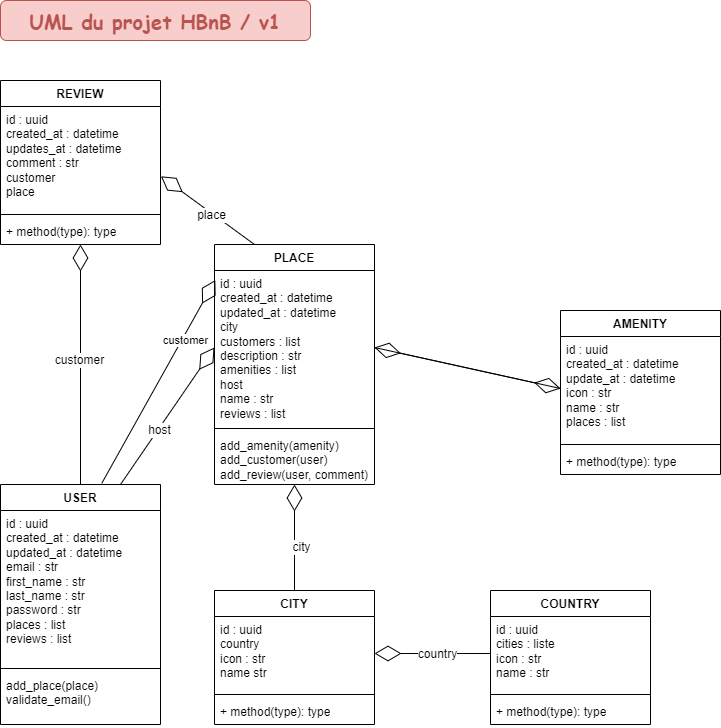
The draw.io diagram HBnB_uml.png in ChSPN/holbertonschool-hbnb, before a commit. Source tidied: cells renumbered, new cells last; positions are measured from the earlier drawing's top-left corner, leaving out a move shared by most shapes.
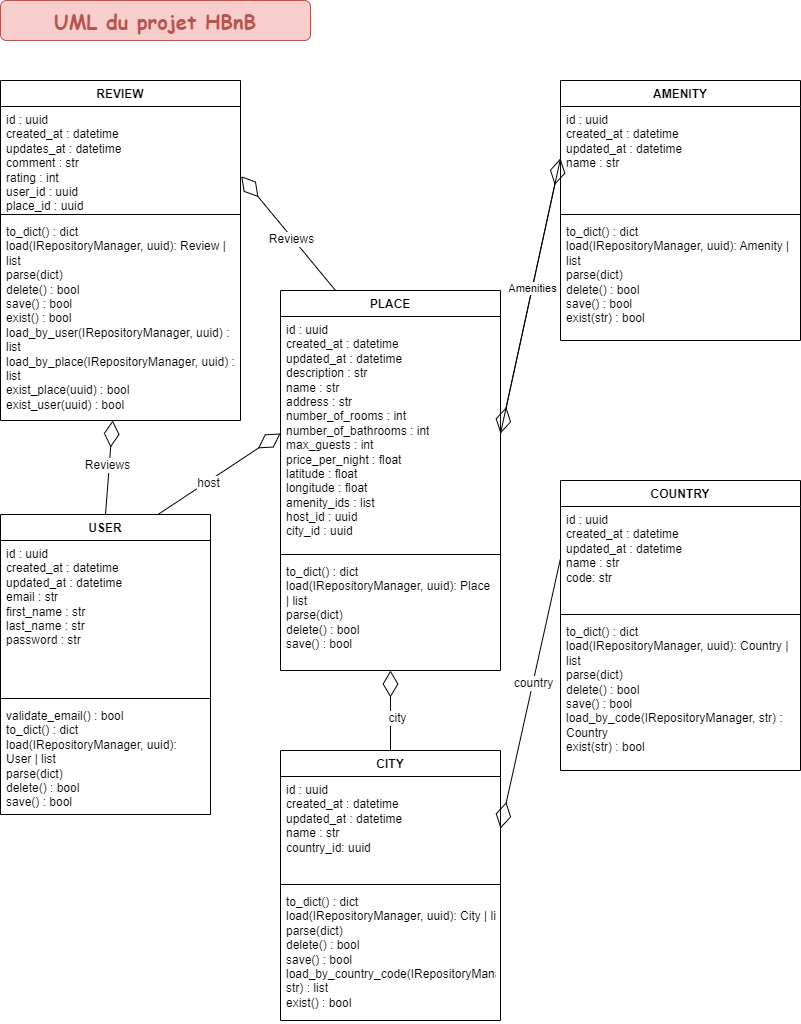
After the commit.

Commit message:
Refactoring the UML

Change to the diagram source:
```diff
@@ -3,87 +3,87 @@
     <mxCell id="0" />
     <mxCell id="1" parent="0" />
     <mxCell id="2" value="REVIEW" style="swimlane;fontStyle=1;align=center;verticalAlign=top;horizontal=1;startSize=26;whiteSpace=wrap;html=1;rounded=0;" parent="1" vertex="1">
-      <mxGeometry y="80" width="160" height="164" as="geometry" />
+      <mxGeometry x="-30" y="50" width="240" height="340" as="geometry" />
     </mxCell>
-    <mxCell id="3" value="&lt;div&gt;id : uuid&lt;/div&gt;&lt;div&gt;created_at : datetime&lt;/div&gt;&lt;div&gt;updates_at : datetime&lt;/div&gt;&lt;div&gt;comment : str&lt;br&gt;&lt;/div&gt;&lt;div&gt;customer&lt;/div&gt;&lt;div&gt;place&lt;/div&gt;" style="text;strokeColor=none;fillColor=none;align=left;verticalAlign=top;spacingLeft=4;spacingRight=4;overflow=hidden;points=[[0,0.5],[1,0.5]];portConstraint=eastwest;whiteSpace=wrap;html=1;" parent="2" vertex="1">
-      <mxGeometry y="26" width="160" height="104" as="geometry" />
+    <mxCell id="3" value="&lt;div&gt;id : uuid&lt;/div&gt;&lt;div&gt;created_at : datetime&lt;/div&gt;&lt;div&gt;updates_at : datetime&lt;/div&gt;&lt;div&gt;comment : str&lt;br&gt;&lt;/div&gt;&lt;div&gt;rating : int&lt;/div&gt;&lt;div&gt;user_id : uuid&lt;/div&gt;&lt;div&gt;place_id : uuid&lt;/div&gt;" style="text;strokeColor=none;fillColor=none;align=left;verticalAlign=top;spacingLeft=4;spacingRight=4;overflow=hidden;points=[[0,0.5],[1,0.5]];portConstraint=eastwest;whiteSpace=wrap;html=1;" parent="2" vertex="1">
+      <mxGeometry y="26" width="240" height="104" as="geometry" />
     </mxCell>
     <mxCell id="4" style="line;strokeWidth=1;fillColor=none;align=left;verticalAlign=middle;spacingTop=-1;spacingLeft=3;spacingRight=3;labelPosition=right;strokeColor=inherit;" parent="2" vertex="1">
-      <mxGeometry y="130" width="160" height="8" as="geometry" />
+      <mxGeometry y="130" width="240" height="8" as="geometry" />
     </mxCell>
-    <mxCell id="5" value="+ method(type): type" style="text;strokeColor=none;fillColor=none;align=left;verticalAlign=top;spacingLeft=4;spacingRight=4;overflow=hidden;points=[[0,0.5],[1,0.5]];portConstraint=eastwest;whiteSpace=wrap;html=1;" parent="2" vertex="1">
-      <mxGeometry y="138" width="160" height="26" as="geometry" />
+    <mxCell id="5" value="&lt;div&gt;to_dict() : dict&lt;br&gt;&lt;/div&gt;load(IRepositoryManager, uuid): Review | list&lt;div&gt;parse(dict)&lt;br&gt;&lt;/div&gt;&lt;div&gt;delete() : bool&lt;/div&gt;&lt;div&gt;save() : bool&lt;/div&gt;&lt;div&gt;&lt;div&gt;exist() : bool&lt;/div&gt;&lt;div&gt;&lt;div&gt;load_by_user(IRepositoryManager, uuid) : list&lt;/div&gt;&lt;div&gt;load_by_place(IRepositoryManager, uuid) : list&lt;/div&gt;&lt;div&gt;exist_place(uuid) : bool&lt;/div&gt;&lt;div&gt;exist_user(uuid) : bool&lt;/div&gt;&lt;/div&gt;&lt;/div&gt;" style="text;strokeColor=none;fillColor=none;align=left;verticalAlign=top;spacingLeft=4;spacingRight=4;overflow=hidden;points=[[0,0.5],[1,0.5]];portConstraint=eastwest;whiteSpace=wrap;html=1;" parent="2" vertex="1">
+      <mxGeometry y="138" width="240" height="202" as="geometry" />
     </mxCell>
     <mxCell id="6" value="PLACE" style="swimlane;fontStyle=1;align=center;verticalAlign=top;horizontal=1;startSize=26;whiteSpace=wrap;html=1;" parent="1" vertex="1">
-      <mxGeometry x="214" y="244" width="160" height="240" as="geometry" />
+      <mxGeometry x="250" y="260" width="220" height="380" as="geometry" />
     </mxCell>
-    <mxCell id="7" value="id : uuid&lt;div&gt;created_at : datetime&lt;/div&gt;&lt;div&gt;updated_at : datetime&lt;/div&gt;&lt;div&gt;city&lt;/div&gt;&lt;div&gt;customers : list&lt;/div&gt;&lt;div&gt;description : str&lt;/div&gt;&lt;div&gt;amenities : list&lt;/div&gt;&lt;div&gt;host&lt;/div&gt;&lt;div&gt;name : str&lt;/div&gt;&lt;div&gt;reviews : list&lt;/div&gt;&lt;div&gt;&lt;br&gt;&lt;/div&gt;" style="text;strokeColor=none;fillColor=none;align=left;verticalAlign=top;spacingLeft=4;spacingRight=4;overflow=hidden;points=[[0,0.5],[1,0.5]];portConstraint=eastwest;whiteSpace=wrap;html=1;" parent="6" vertex="1">
-      <mxGeometry y="26" width="160" height="154" as="geometry" />
+    <mxCell id="7" value="&lt;div&gt;&lt;div&gt;id : uuid&lt;/div&gt;&lt;div&gt;created_at : datetime&lt;/div&gt;&lt;div&gt;updated_at : datetime&lt;/div&gt;&lt;div&gt;description : str&lt;/div&gt;&lt;div&gt;name : str&lt;/div&gt;&lt;div&gt;address : str&lt;/div&gt;&lt;div&gt;number_of_rooms : int&lt;/div&gt;&lt;div&gt;number_of_bathrooms : int&lt;/div&gt;&lt;div&gt;max_guests : int&lt;/div&gt;&lt;div&gt;price_per_night : float&lt;/div&gt;&lt;div&gt;latitude : float&lt;/div&gt;&lt;div&gt;longitude : float&lt;/div&gt;&lt;div&gt;amenity_ids : list&lt;/div&gt;&lt;div&gt;host_id : uuid&lt;/div&gt;&lt;div&gt;city_id : uuid&lt;/div&gt;&lt;/div&gt;" style="text;strokeColor=none;fillColor=none;align=left;verticalAlign=top;spacingLeft=4;spacingRight=4;overflow=hidden;points=[[0,0.5],[1,0.5]];portConstraint=eastwest;whiteSpace=wrap;html=1;" parent="6" vertex="1">
+      <mxGeometry y="26" width="220" height="234" as="geometry" />
     </mxCell>
     <mxCell id="8" style="line;strokeWidth=1;fillColor=none;align=left;verticalAlign=middle;spacingTop=-1;spacingLeft=3;spacingRight=3;labelPosition=right;strokeColor=inherit;" parent="6" vertex="1">
-      <mxGeometry y="180" width="160" height="8" as="geometry" />
+      <mxGeometry y="260" width="220" height="8" as="geometry" />
     </mxCell>
-    <mxCell id="9" value="add_amenity(amenity)&lt;div&gt;add_customer(user)&lt;/div&gt;&lt;div&gt;add_review(user, comment)&lt;/div&gt;" style="text;strokeColor=none;fillColor=none;align=left;verticalAlign=top;spacingLeft=4;spacingRight=4;overflow=hidden;points=[[0,0.5],[1,0.5]];portConstraint=eastwest;whiteSpace=wrap;html=1;" parent="6" vertex="1">
-      <mxGeometry y="188" width="160" height="52" as="geometry" />
+    <mxCell id="9" value="&lt;div&gt;to_dict() : dict&lt;br&gt;&lt;/div&gt;load(IRepositoryManager, uuid): Place | list&lt;div&gt;parse(dict)&lt;br&gt;&lt;/div&gt;&lt;div&gt;delete() : bool&lt;/div&gt;&lt;div&gt;save() : bool&lt;/div&gt;" style="text;strokeColor=none;fillColor=none;align=left;verticalAlign=top;spacingLeft=4;spacingRight=4;overflow=hidden;points=[[0,0.5],[1,0.5]];portConstraint=eastwest;whiteSpace=wrap;html=1;" parent="6" vertex="1">
+      <mxGeometry y="268" width="220" height="112" as="geometry" />
     </mxCell>
     <mxCell id="10" value="USER" style="swimlane;fontStyle=1;align=center;verticalAlign=top;horizontal=1;startSize=26;whiteSpace=wrap;html=1;" parent="1" vertex="1">
-      <mxGeometry y="484" width="160" height="240" as="geometry" />
+      <mxGeometry x="-30" y="484" width="210" height="300" as="geometry" />
     </mxCell>
-    <mxCell id="11" value="id : uuid&lt;div&gt;created_at : datetime&lt;/div&gt;&lt;div&gt;updated_at : datetime&lt;/div&gt;&lt;div&gt;email : str&lt;/div&gt;&lt;div&gt;first_name : str&lt;/div&gt;&lt;div&gt;last_name : str&lt;/div&gt;&lt;div&gt;password : str&lt;/div&gt;&lt;div&gt;places : list&lt;/div&gt;&lt;div&gt;reviews : list&lt;/div&gt;" style="text;strokeColor=none;fillColor=none;align=left;verticalAlign=top;spacingLeft=4;spacingRight=4;overflow=hidden;whiteSpace=wrap;html=1;" parent="10" vertex="1">
-      <mxGeometry y="26" width="160" height="154" as="geometry" />
+    <mxCell id="11" value="id : uuid&lt;div&gt;created_at : datetime&lt;/div&gt;&lt;div&gt;updated_at : datetime&lt;/div&gt;&lt;div&gt;email : str&lt;/div&gt;&lt;div&gt;first_name : str&lt;/div&gt;&lt;div&gt;last_name : str&lt;/div&gt;&lt;div&gt;password : str&lt;/div&gt;" style="text;strokeColor=none;fillColor=none;align=left;verticalAlign=top;spacingLeft=4;spacingRight=4;overflow=hidden;whiteSpace=wrap;html=1;" parent="10" vertex="1">
+      <mxGeometry y="26" width="210" height="154" as="geometry" />
     </mxCell>
     <mxCell id="12" style="line;strokeWidth=1;fillColor=none;align=left;verticalAlign=middle;spacingTop=-1;spacingLeft=3;spacingRight=3;labelPosition=right;strokeColor=inherit;" parent="10" vertex="1">
-      <mxGeometry y="180" width="160" height="8" as="geometry" />
+      <mxGeometry y="180" width="210" height="8" as="geometry" />
     </mxCell>
-    <mxCell id="13" value="add_place(place)&lt;div&gt;validate_email()&lt;/div&gt;" style="text;strokeColor=none;fillColor=none;align=left;verticalAlign=top;spacingLeft=4;spacingRight=4;overflow=hidden;whiteSpace=wrap;html=1;" parent="10" vertex="1">
-      <mxGeometry y="188" width="160" height="52" as="geometry" />
+    <mxCell id="13" value="&lt;div&gt;validate_email() : bool&lt;/div&gt;&lt;div&gt;&lt;div&gt;to_dict() : dict&lt;br&gt;&lt;/div&gt;load(IRepositoryManager, uuid): User&amp;nbsp;| list&lt;div&gt;parse(dict)&lt;br&gt;&lt;/div&gt;&lt;div&gt;delete() : bool&lt;/div&gt;&lt;div&gt;save() : bool&lt;/div&gt;&lt;/div&gt;" style="text;strokeColor=none;fillColor=none;align=left;verticalAlign=top;spacingLeft=4;spacingRight=4;overflow=hidden;whiteSpace=wrap;html=1;" parent="10" vertex="1">
+      <mxGeometry y="188" width="210" height="112" as="geometry" />
     </mxCell>
     <mxCell id="14" value="CITY" style="swimlane;fontStyle=1;align=center;verticalAlign=top;horizontal=1;startSize=26;whiteSpace=wrap;html=1;" parent="1" vertex="1">
-      <mxGeometry x="214" y="590" width="160" height="134" as="geometry" />
+      <mxGeometry x="250" y="720" width="220" height="270" as="geometry" />
     </mxCell>
-    <mxCell id="15" value="id : uuid&lt;div&gt;country&lt;/div&gt;&lt;div&gt;icon : str&lt;/div&gt;&lt;div&gt;name str&lt;/div&gt;" style="text;strokeColor=none;fillColor=none;align=left;verticalAlign=top;spacingLeft=4;spacingRight=4;overflow=hidden;points=[[0,0.5],[1,0.5]];portConstraint=eastwest;whiteSpace=wrap;html=1;" parent="14" vertex="1">
-      <mxGeometry y="26" width="160" height="74" as="geometry" />
+    <mxCell id="15" value="id : uuid&lt;div&gt;&lt;div&gt;created_at : datetime&lt;/div&gt;&lt;div&gt;updated_at : datetime&lt;/div&gt;&lt;div&gt;&lt;span style=&quot;background-color: initial;&quot;&gt;name : str&lt;/span&gt;&lt;br&gt;&lt;/div&gt;&lt;/div&gt;&lt;div&gt;&lt;span style=&quot;background-color: initial;&quot;&gt;country_id: uuid&lt;/span&gt;&lt;/div&gt;" style="text;strokeColor=none;fillColor=none;align=left;verticalAlign=top;spacingLeft=4;spacingRight=4;overflow=hidden;points=[[0,0.5],[1,0.5]];portConstraint=eastwest;whiteSpace=wrap;html=1;" parent="14" vertex="1">
+      <mxGeometry y="26" width="220" height="104" as="geometry" />
     </mxCell>
     <mxCell id="16" style="line;strokeWidth=1;fillColor=none;align=left;verticalAlign=middle;spacingTop=-1;spacingLeft=3;spacingRight=3;labelPosition=right;strokeColor=inherit;" parent="14" vertex="1">
-      <mxGeometry y="100" width="160" height="8" as="geometry" />
+      <mxGeometry y="130" width="220" height="8" as="geometry" />
     </mxCell>
-    <mxCell id="17" value="+ method(type): type" style="text;strokeColor=none;fillColor=none;align=left;verticalAlign=top;spacingLeft=4;spacingRight=4;overflow=hidden;whiteSpace=wrap;html=1;" parent="14" vertex="1">
-      <mxGeometry y="108" width="160" height="26" as="geometry" />
+    <mxCell id="17" value="&lt;div&gt;to_dict() : dict&lt;br&gt;&lt;/div&gt;load(IRepositoryManager, uuid): City&amp;nbsp;| list&lt;div&gt;parse(dict)&lt;br&gt;&lt;/div&gt;&lt;div&gt;delete() : bool&lt;/div&gt;&lt;div&gt;save() : bool&lt;/div&gt;&lt;div&gt;&lt;div&gt;load_by_country_code(IRepositoryManager, str) : list&lt;/div&gt;&lt;div&gt;exist() : bool&lt;/div&gt;&lt;/div&gt;" style="text;strokeColor=none;fillColor=none;align=left;verticalAlign=top;spacingLeft=4;spacingRight=4;overflow=hidden;whiteSpace=wrap;html=1;" parent="14" vertex="1">
+      <mxGeometry y="138" width="220" height="132" as="geometry" />
     </mxCell>
     <mxCell id="18" value="COUNTRY" style="swimlane;fontStyle=1;align=center;verticalAlign=top;horizontal=1;startSize=26;whiteSpace=wrap;html=1;" parent="1" vertex="1">
-      <mxGeometry x="490" y="590" width="160" height="134" as="geometry" />
+      <mxGeometry x="530" y="450" width="240" height="290" as="geometry" />
     </mxCell>
-    <mxCell id="19" value="id : uuid&lt;div&gt;cities : liste&lt;/div&gt;&lt;div&gt;icon : str&lt;/div&gt;&lt;div&gt;name : str&lt;/div&gt;" style="text;strokeColor=none;fillColor=none;align=left;verticalAlign=top;spacingLeft=4;spacingRight=4;overflow=hidden;points=[[0,0.5],[1,0.5]];portConstraint=eastwest;whiteSpace=wrap;html=1;" parent="18" vertex="1">
-      <mxGeometry y="26" width="160" height="74" as="geometry" />
+    <mxCell id="19" value="id : uuid&lt;div&gt;&lt;div&gt;created_at : datetime&lt;/div&gt;&lt;div&gt;updated_at : datetime&lt;/div&gt;&lt;div&gt;&lt;span style=&quot;background-color: initial;&quot;&gt;name : str&lt;/span&gt;&lt;br&gt;&lt;/div&gt;&lt;/div&gt;&lt;div&gt;&lt;span style=&quot;background-color: initial;&quot;&gt;code: str&lt;/span&gt;&lt;/div&gt;" style="text;strokeColor=none;fillColor=none;align=left;verticalAlign=top;spacingLeft=4;spacingRight=4;overflow=hidden;points=[[0,0.5],[1,0.5]];portConstraint=eastwest;whiteSpace=wrap;html=1;" parent="18" vertex="1">
+      <mxGeometry y="26" width="240" height="104" as="geometry" />
     </mxCell>
     <mxCell id="20" style="line;strokeWidth=1;fillColor=none;align=left;verticalAlign=middle;spacingTop=-1;spacingLeft=3;spacingRight=3;labelPosition=right;strokeColor=inherit;" parent="18" vertex="1">
-      <mxGeometry y="100" width="160" height="8" as="geometry" />
+      <mxGeometry y="130" width="240" height="8" as="geometry" />
     </mxCell>
-    <mxCell id="21" value="+ method(type): type" style="text;strokeColor=none;fillColor=none;align=left;verticalAlign=top;spacingLeft=4;spacingRight=4;overflow=hidden;whiteSpace=wrap;html=1;" parent="18" vertex="1">
-      <mxGeometry y="108" width="160" height="26" as="geometry" />
+    <mxCell id="21" value="&lt;div&gt;to_dict() : dict&lt;br&gt;&lt;/div&gt;load(IRepositoryManager, uuid): Country&amp;nbsp;| list&lt;div&gt;parse(dict)&lt;br&gt;&lt;/div&gt;&lt;div&gt;delete() : bool&lt;/div&gt;&lt;div&gt;save() : bool&lt;/div&gt;&lt;div&gt;&lt;div&gt;load_by_code(IRepositoryManager, str) : Country&lt;/div&gt;&lt;div&gt;exist(str) : bool&lt;/div&gt;&lt;/div&gt;" style="text;strokeColor=none;fillColor=none;align=left;verticalAlign=top;spacingLeft=4;spacingRight=4;overflow=hidden;whiteSpace=wrap;html=1;" parent="18" vertex="1">
+      <mxGeometry y="138" width="240" height="152" as="geometry" />
     </mxCell>
     <mxCell id="22" value="AMENITY" style="swimlane;fontStyle=1;align=center;verticalAlign=top;horizontal=1;startSize=26;whiteSpace=wrap;html=1;" parent="1" vertex="1">
-      <mxGeometry x="560" y="310" width="160" height="164" as="geometry" />
+      <mxGeometry x="530" y="50" width="240" height="260" as="geometry" />
     </mxCell>
-    <mxCell id="23" value="id : uuid&lt;div&gt;created_at : datetime&lt;/div&gt;&lt;div&gt;update_at : datetime&lt;/div&gt;&lt;div&gt;icon : str&lt;/div&gt;&lt;div&gt;name : str&lt;/div&gt;&lt;div&gt;places : list&lt;/div&gt;" style="text;strokeColor=none;fillColor=none;align=left;verticalAlign=top;spacingLeft=4;spacingRight=4;overflow=hidden;points=[[0,0.5],[1,0.5]];portConstraint=eastwest;whiteSpace=wrap;html=1;" parent="22" vertex="1">
-      <mxGeometry y="26" width="160" height="104" as="geometry" />
+    <mxCell id="23" value="id : uuid&lt;div&gt;created_at : datetime&lt;/div&gt;&lt;div&gt;updated_at : datetime&lt;/div&gt;&lt;div&gt;name : str&lt;/div&gt;" style="text;strokeColor=none;fillColor=none;align=left;verticalAlign=top;spacingLeft=4;spacingRight=4;overflow=hidden;points=[[0,0.5],[1,0.5]];portConstraint=eastwest;whiteSpace=wrap;html=1;" parent="22" vertex="1">
+      <mxGeometry y="26" width="240" height="104" as="geometry" />
     </mxCell>
     <mxCell id="24" style="line;strokeWidth=1;fillColor=none;align=left;verticalAlign=middle;spacingTop=-1;spacingLeft=3;spacingRight=3;labelPosition=right;strokeColor=inherit;" parent="22" vertex="1">
-      <mxGeometry y="130" width="160" height="8" as="geometry" />
+      <mxGeometry y="130" width="240" height="8" as="geometry" />
     </mxCell>
-    <mxCell id="25" value="+ method(type): type" style="text;strokeColor=none;fillColor=none;align=left;verticalAlign=top;spacingLeft=4;spacingRight=4;overflow=hidden;whiteSpace=wrap;html=1;" parent="22" vertex="1">
-      <mxGeometry y="138" width="160" height="26" as="geometry" />
+    <mxCell id="25" value="&lt;div&gt;to_dict() : dict&lt;br&gt;&lt;/div&gt;load(IRepositoryManager, uuid): Amenity&amp;nbsp;| list&lt;div&gt;parse(dict)&lt;br&gt;&lt;/div&gt;&lt;div&gt;delete() : bool&lt;/div&gt;&lt;div&gt;save() : bool&lt;/div&gt;&lt;div&gt;exist(str) : bool&lt;/div&gt;" style="text;strokeColor=none;fillColor=none;align=left;verticalAlign=top;spacingLeft=4;spacingRight=4;overflow=hidden;whiteSpace=wrap;html=1;" parent="22" vertex="1">
+      <mxGeometry y="138" width="240" height="122" as="geometry" />
     </mxCell>
     <mxCell id="26" style="endArrow=diamondThin;endFill=0;endSize=24;html=1;rounded=0;fontSize=12;curved=1;exitX=0.25;exitY=0;exitDx=0;exitDy=0;entryX=1.003;entryY=0.671;entryDx=0;entryDy=0;entryPerimeter=0;" parent="1" edge="1" source="6" target="3">
       <mxGeometry relative="1" as="geometry" />
     </mxCell>
-    <mxCell id="27" value="place" style="edgeLabel;html=1;align=center;verticalAlign=middle;fontSize=12;" parent="26" vertex="1">
+    <mxCell id="27" value="Reviews" style="edgeLabel;html=1;align=center;verticalAlign=middle;fontSize=12;" parent="26" vertex="1">
       <mxGeometry x="-0.09" y="2" relative="1" as="geometry" />
     </mxCell>
     <mxCell id="28" style="endArrow=diamondThin;endFill=0;endSize=24;html=1;rounded=0;fontSize=12;curved=1;exitX=0.5;exitY=0;exitDx=0;exitDy=0;" parent="1" edge="1" source="10" target="5">
       <mxGeometry relative="1" as="geometry" />
     </mxCell>
-    <mxCell id="29" value="customer" style="edgeLabel;html=1;align=center;verticalAlign=middle;fontSize=12;" parent="28" vertex="1">
+    <mxCell id="29" value="Reviews" style="edgeLabel;html=1;align=center;verticalAlign=middle;fontSize=12;" parent="28" vertex="1">
       <mxGeometry x="0.04" y="2" relative="1" as="geometry" />
     </mxCell>
     <mxCell id="30" style="endArrow=diamondThin;endFill=0;endSize=24;html=1;rounded=0;fontSize=12;curved=1;exitX=0.75;exitY=0;exitDx=0;exitDy=0;entryX=0;entryY=0.5;entryDx=0;entryDy=0;" parent="1" edge="1" source="10" target="7">
@@ -110,14 +110,11 @@
     <mxCell id="37" style="endArrow=diamondThin;endFill=0;endSize=24;html=1;rounded=0;fontSize=12;exitX=0;exitY=0.5;exitDx=0;exitDy=0;entryX=1;entryY=0.5;entryDx=0;entryDy=0;" parent="1" edge="1" source="23" target="7">
       <mxGeometry relative="1" as="geometry" />
     </mxCell>
+    <mxCell id="41" value="Amenities" style="edgeLabel;html=1;align=center;verticalAlign=middle;" parent="37" vertex="1">
+      <mxGeometry x="-0.05" relative="1" as="geometry" />
+    </mxCell>
-    <mxCell id="38" value="UML du projet HBnB / v1" style="text;html=1;align=center;verticalAlign=middle;whiteSpace=wrap;rounded=1;fontSize=20;fillColor=#f8cecc;strokeColor=#B85450;shadow=0;glass=0;fontColor=#B85450;fontStyle=1;fontFamily=Comic Sans MS;labelBackgroundColor=none;labelBorderColor=none;" parent="1" vertex="1">
-      <mxGeometry width="310" height="40" as="geometry" />
+    <mxCell id="38" value="UML du projet HBnB" style="text;html=1;align=center;verticalAlign=middle;whiteSpace=wrap;rounded=1;fontSize=20;fillColor=#f8cecc;strokeColor=#B85450;shadow=0;glass=0;fontColor=#B85450;fontStyle=1;fontFamily=Comic Sans MS;labelBackgroundColor=none;labelBorderColor=none;" parent="1" vertex="1">
+      <mxGeometry x="-30" y="-30" width="310" height="40" as="geometry" />
     </mxCell>
-    <mxCell id="39" style="endArrow=diamondThin;endFill=0;endSize=24;html=1;rounded=0;exitX=0.633;exitY=-0.005;exitDx=0;exitDy=0;exitPerimeter=0;entryX=0.005;entryY=0.062;entryDx=0;entryDy=0;entryPerimeter=0;" parent="1" edge="1" source="10" target="7">
-      <mxGeometry relative="1" as="geometry" />
-    </mxCell>
-    <mxCell id="40" value="customer" style="edgeLabel;html=1;align=center;verticalAlign=middle;" parent="39" vertex="1">
-      <mxGeometry x="0.42" y="-3" relative="1" as="geometry" />
-    </mxCell>
   </root>
 </mxGraphModel>
```
